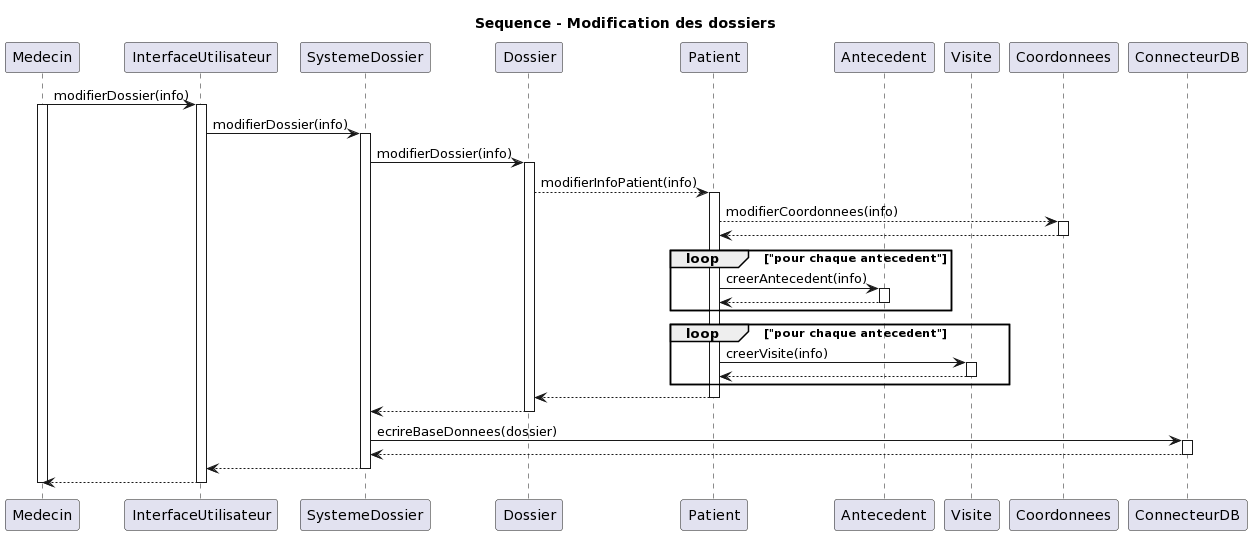
Above: diagrammes/SEQMOD.png in vbrayuqam/projet-genielog (PlantUML), before the change.
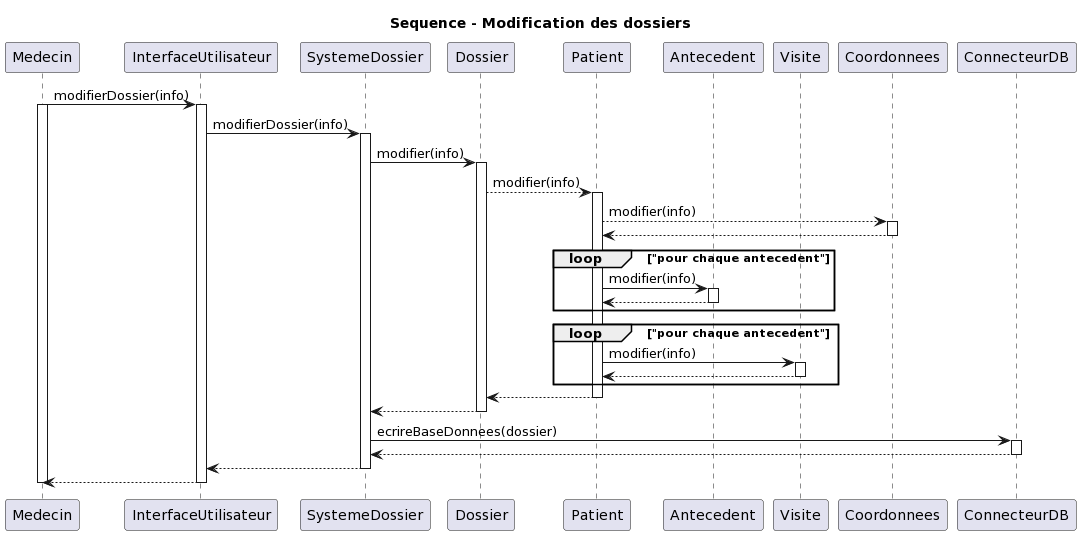
After the commit.

Diff of the diagram source:
```diff
@@ -17,24 +17,24 @@
 activate U
 U -> S: modifierDossier(info)
 activate S
-S -> D: modifierDossier(info)
+S -> D: modifier(info)
 activate D
-D --> P: modifierInfoPatient(info)
+D --> P: modifier(info)
 activate P
-P --> C: modifierCoordonnees(info)
+P --> C: modifier(info)
 activate C
 C --> P
 deactivate C
 
 loop "pour chaque antecedent"
-  P -> A: creerAntecedent(info)
+  P -> A: modifier(info)
   activate A
   A --> P
   deactivate A
 end loop
 
 loop "pour chaque antecedent"
-  P -> V: creerVisite(info)
+  P -> V: modifier(info)
   activate V
   V --> P
   deactivate V
```
